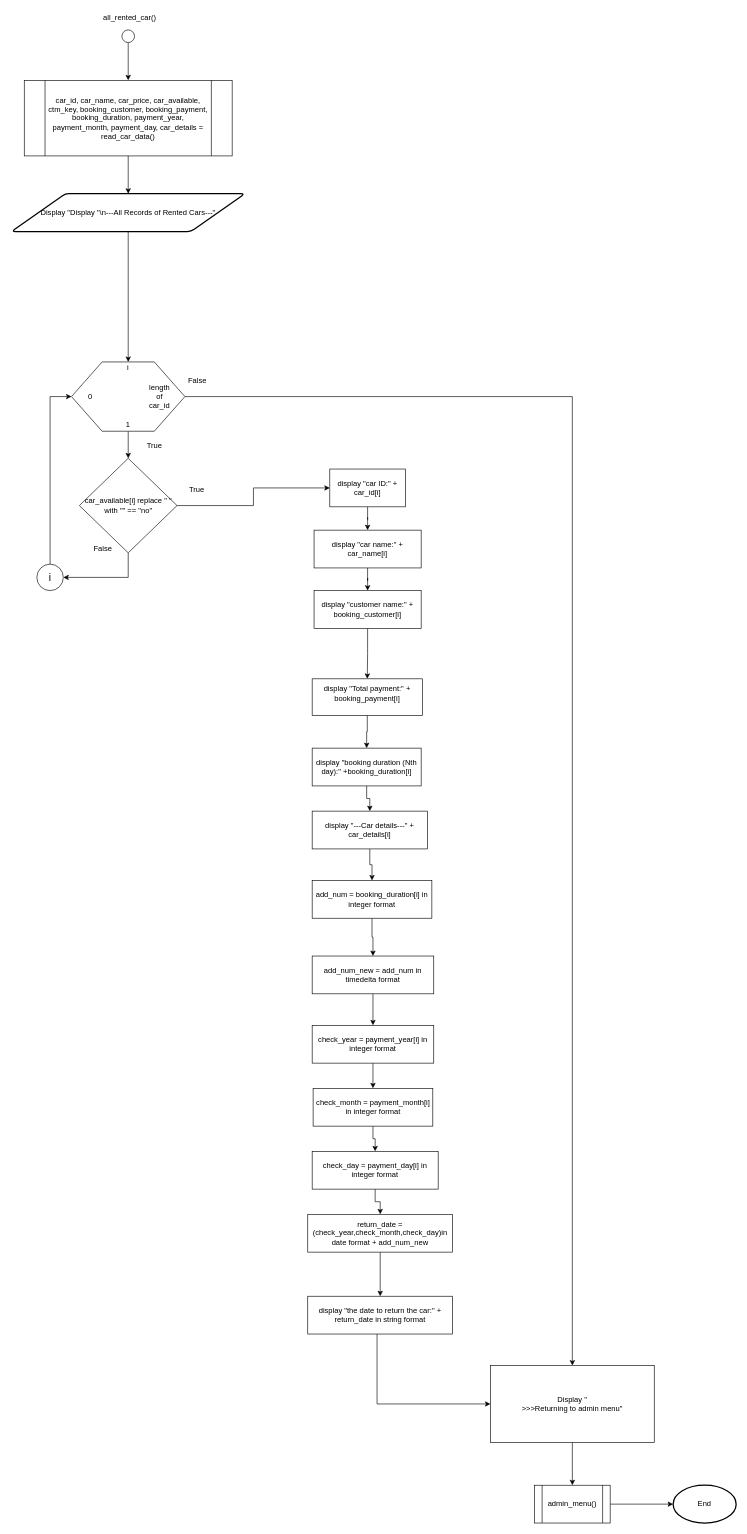
LeeRenJie/python-assignment keeps this draw.io diagram as page "all_rented_car()" (23 of 27) of Flowchart.drawio. Above is the earlier version. Source tidied: cells renumbered, new cells numbered last; positions are measured from the earlier drawing's top-left corner, leaving out a move shared by most shapes. Both pictures are drawn from the tidied source at 63%, with x=0, y=0 at pixel (11, 11).
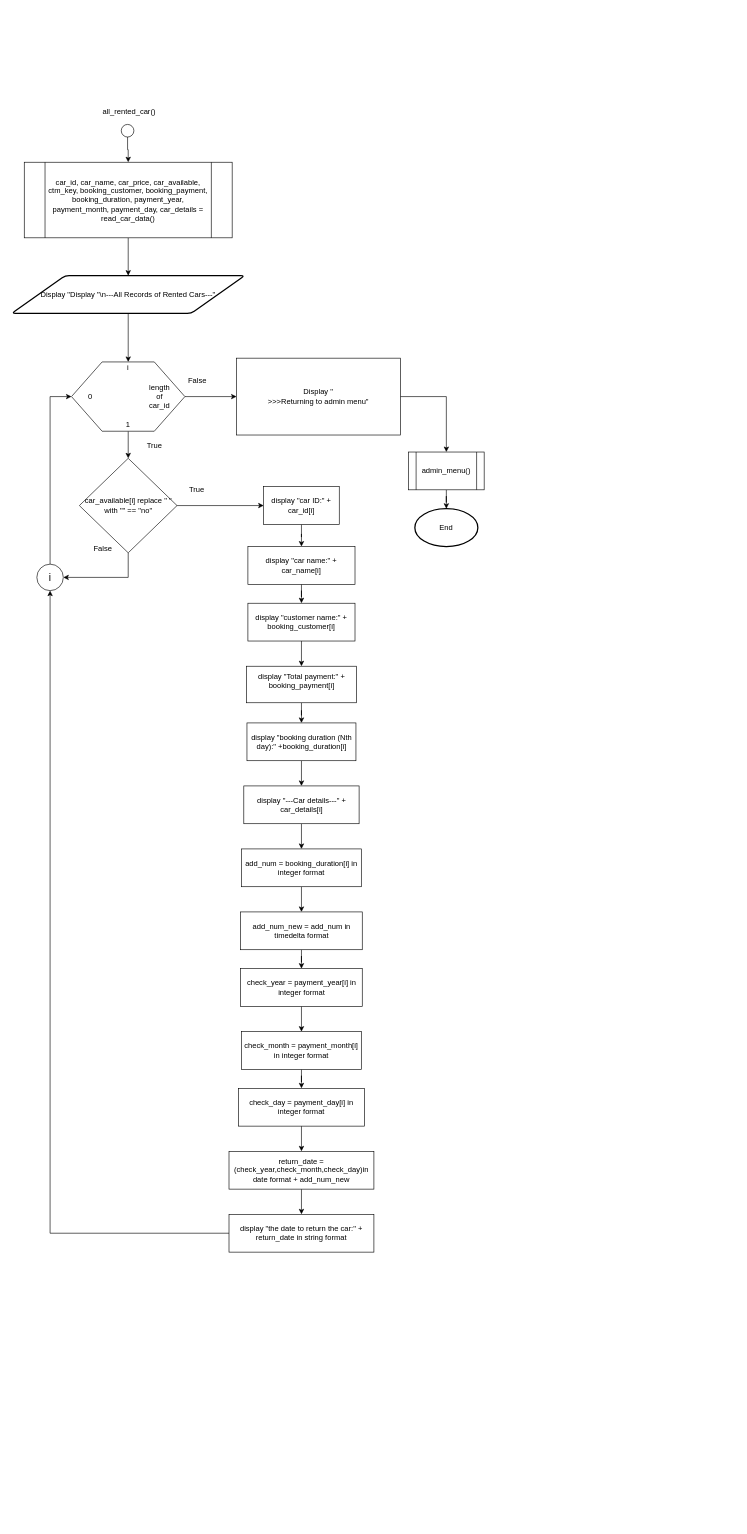
Above is the later version.

Unchanged cells that the change refers to:
```xml
<mxCell id="6" style="verticalLabelPosition=bottom;verticalAlign=top;html=1;shape=hexagon;perimeter=hexagonPerimeter2;arcSize=6;size=0.27;fontSize=12;" parent="1" vertex="1">
  <mxGeometry x="95" y="557" width="180" height="110" as="geometry" />
</mxCell>
<mxCell id="27" value="&lt;font style=&quot;font-size: 16px&quot;&gt;i&lt;/font&gt;" style="ellipse;whiteSpace=wrap;html=1;" parent="1" vertex="1">
  <mxGeometry x="40" y="878" width="42" height="42" as="geometry" />
</mxCell>
```

The edit, as a diff of the source:
```diff
@@
     <mxCell id="3" value="Display &quot;Display &quot;\n---All Records of Rented Cars---&quot;" style="shape=parallelogram;html=1;strokeWidth=2;perimeter=parallelogramPerimeter;whiteSpace=wrap;rounded=1;arcSize=12;size=0.23;fontSize=12;" parent="1" vertex="1">
-      <mxGeometry y="290" width="370" height="60" as="geometry" />
+      <mxGeometry y="420" width="370" height="60" as="geometry" />
     </mxCell>
-    <mxCell id="4" style="edgeStyle=orthogonalEdgeStyle;rounded=0;jettySize=auto;html=1;entryX=0.5;entryY=0;entryDx=0;entryDy=0;" parent="1" edge="1" source="6" target="25">
+    <mxCell id="4" style="edgeStyle=orthogonalEdgeStyle;rounded=0;jettySize=auto;html=1;entryX=0;entryY=0.5;entryDx=0;entryDy=0;" parent="1" edge="1" source="6" target="25">
       <mxGeometry relative="1" as="geometry" />
     </mxCell>
@@
     <mxCell id="17" value="display &quot;car ID:&quot; + car_id[i]" style="rounded=0;whiteSpace=wrap;html=1;fontSize=12;" parent="1" vertex="1">
-      <mxGeometry x="505" y="727" width="120" height="60" as="geometry" />
+      <mxGeometry x="400" y="755" width="120" height="60" as="geometry" />
     </mxCell>
@@
     <mxCell id="19" value="&lt;p class=&quot;MsoNormal&quot;&gt;display &quot;car name:&quot; + car_name[i]&lt;/p&gt;" style="rounded=0;whiteSpace=wrap;html=1;fontSize=12;" parent="1" vertex="1">
-      <mxGeometry x="480" y="824" width="170" height="60" as="geometry" />
+      <mxGeometry x="375" y="850" width="170" height="60" as="geometry" />
     </mxCell>
@@
     <mxCell id="21" value="&lt;p class=&quot;MsoNormal&quot;&gt;display &quot;customer name:&quot; + booking_customer[i]&lt;br&gt;&lt;/p&gt;" style="rounded=0;whiteSpace=wrap;html=1;fontSize=12;" parent="1" vertex="1">
-      <mxGeometry x="480" y="920" width="170" height="60" as="geometry" />
+      <mxGeometry x="375" y="940" width="170" height="60" as="geometry" />
     </mxCell>
@@
     <mxCell id="23" value="display &quot;Total payment:&quot; + booking_payment[i]&lt;br&gt;&lt;p class=&quot;MsoNormal&quot;&gt;&lt;/p&gt;" style="rounded=0;whiteSpace=wrap;html=1;fontSize=12;" parent="1" vertex="1">
-      <mxGeometry x="477" y="1060" width="175" height="58" as="geometry" />
+      <mxGeometry x="372.5" y="1040" width="175" height="58" as="geometry" />
     </mxCell>
@@
     <mxCell id="25" value="Display &quot;&lt;br&gt;&amp;gt;&amp;gt;&amp;gt;Returning to admin menu&quot;" style="rounded=0;whiteSpace=wrap;html=1;fontSize=12;" parent="1" vertex="1">
-      <mxGeometry x="760" y="2150" width="260" height="122" as="geometry" />
+      <mxGeometry x="357" y="551" width="260" height="122" as="geometry" />
     </mxCell>
@@
     <mxCell id="29" value="&lt;span&gt;car_id, car_name, car_price, car_available, ctm_key, booking_customer, booking_payment, booking_duration, payment_year, payment_month, payment_day, car_details = read_car_data()&lt;/span&gt;" style="shape=process;whiteSpace=wrap;html=1;backgroundOutline=1;fontSize=12;" parent="1" vertex="1">
-      <mxGeometry x="20" y="110" width="330" height="120" as="geometry" />
+      <mxGeometry x="20" y="240" width="330" height="120" as="geometry" />
     </mxCell>
     <mxCell id="30" value="End" style="strokeWidth=2;html=1;shape=mxgraph.flowchart.start_1;whiteSpace=wrap;fontSize=12;" parent="1" vertex="1">
-      <mxGeometry x="1050" y="2340" width="100" height="60" as="geometry" />
+      <mxGeometry x="640" y="790" width="100" height="60" as="geometry" />
     </mxCell>
     <mxCell id="31" value="&amp;nbsp;all_rented_car()" style="text;html=1;strokeColor=none;fillColor=none;align=center;verticalAlign=middle;whiteSpace=wrap;rounded=0;" parent="1" vertex="1">
-      <mxGeometry x="136" width="100" height="20" as="geometry" />
+      <mxGeometry x="135" y="150" width="100" height="20" as="geometry" />
     </mxCell>
@@
     <mxCell id="33" style="ellipse;whiteSpace=wrap;html=1;" parent="1" vertex="1">
-      <mxGeometry x="175" y="30" width="20" height="20" as="geometry" />
+      <mxGeometry x="174" y="180" width="20" height="20" as="geometry" />
     </mxCell>
@@
     <mxCell id="37" value="admin_menu()" style="shape=process;whiteSpace=wrap;html=1;backgroundOutline=1;fontSize=12;" parent="1" vertex="1">
-      <mxGeometry x="830" y="2340" width="120" height="60" as="geometry" />
+      <mxGeometry x="630" y="700" width="120" height="60" as="geometry" />
     </mxCell>
@@
     <mxCell id="39" value="display &quot;booking duration (Nth day):&quot; +booking_duration[i]" style="rounded=0;whiteSpace=wrap;html=1;fontSize=12;" parent="1" vertex="1">
-      <mxGeometry x="477" y="1170" width="173" height="60" as="geometry" />
+      <mxGeometry x="373.5" y="1130" width="173" height="60" as="geometry" />
     </mxCell>
@@
     <mxCell id="41" value="display &quot;---Car details---&quot; + car_details[i]" style="rounded=0;whiteSpace=wrap;html=1;fontSize=12;" parent="1" vertex="1">
-      <mxGeometry x="477" y="1270" width="183" height="60" as="geometry" />
+      <mxGeometry x="368.5" y="1230" width="183" height="60" as="geometry" />
     </mxCell>
@@
     <mxCell id="43" value="add_num = booking_duration[i] in integer format" style="rounded=0;whiteSpace=wrap;html=1;fontSize=12;" parent="1" vertex="1">
-      <mxGeometry x="477" y="1380" width="190" height="60" as="geometry" />
+      <mxGeometry x="365" y="1330" width="190" height="60" as="geometry" />
     </mxCell>
@@
     <mxCell id="45" value="add_num_new = add_num in timedelta format" style="rounded=0;whiteSpace=wrap;html=1;fontSize=12;" parent="1" vertex="1">
-      <mxGeometry x="477" y="1500" width="193" height="60" as="geometry" />
+      <mxGeometry x="363.5" y="1430" width="193" height="60" as="geometry" />
     </mxCell>
@@
     <mxCell id="47" value="check_year = payment_year[i] in integer format" style="rounded=0;whiteSpace=wrap;html=1;fontSize=12;" parent="1" vertex="1">
-      <mxGeometry x="477" y="1610" width="193" height="60" as="geometry" />
+      <mxGeometry x="363.5" y="1520" width="193" height="60" as="geometry" />
     </mxCell>
@@
     <mxCell id="49" value="check_month = payment_month[i] in integer format" style="rounded=0;whiteSpace=wrap;html=1;fontSize=12;" parent="1" vertex="1">
-      <mxGeometry x="478.5" y="1710" width="190" height="60" as="geometry" />
+      <mxGeometry x="365" y="1620" width="190" height="60" as="geometry" />
     </mxCell>
@@
     <mxCell id="51" value="check_day = payment_day[i] in integer format" style="rounded=0;whiteSpace=wrap;html=1;fontSize=12;" parent="1" vertex="1">
-      <mxGeometry x="477" y="1810" width="200" height="60" as="geometry" />
+      <mxGeometry x="360" y="1710" width="200" height="60" as="geometry" />
     </mxCell>
@@
     <mxCell id="53" value="return_date =(check_year,check_month,check_day)in date format + add_num_new" style="rounded=0;whiteSpace=wrap;html=1;fontSize=12;" parent="1" vertex="1">
-      <mxGeometry x="470" y="1910" width="230" height="60" as="geometry" />
+      <mxGeometry x="345" y="1810" width="230" height="60" as="geometry" />
     </mxCell>
-    <mxCell id="54" style="edgeStyle=orthogonalEdgeStyle;rounded=0;jettySize=auto;html=1;entryX=0;entryY=0.5;entryDx=0;entryDy=0;" parent="1" edge="1" source="55" target="25">
-      <mxGeometry relative="1" as="geometry">
-        <Array as="points">
-          <mxPoint x="580" y="2211" />
-        </Array>
-      </mxGeometry>
-    </mxCell>
+    <mxCell id="56" style="edgeStyle=orthogonalEdgeStyle;rounded=0;jettySize=auto;html=1;entryX=0.5;entryY=1;entryDx=0;entryDy=0;" parent="1" edge="1" source="55" target="27">
+      <mxGeometry relative="1" as="geometry" />
+    </mxCell>
     <mxCell id="55" value="display &quot;the date to return the car:&quot; + return_date in string format" style="rounded=0;whiteSpace=wrap;html=1;fontSize=12;" parent="1" vertex="1">
-      <mxGeometry x="470" y="2040" width="230" height="60" as="geometry" />
+      <mxGeometry x="345" y="1910" width="230" height="60" as="geometry" />
     </mxCell>
```
